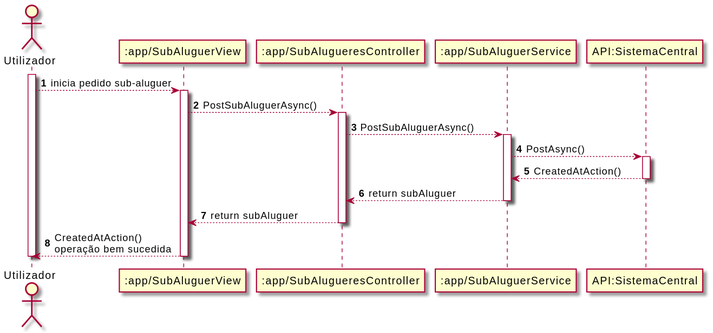
Before: Documentos/Sprint4/UC5/UC5_SD.svg, a diagram exported from PlantUML (UPskillDOTNET/Jakim-das-Coives-S.A.).
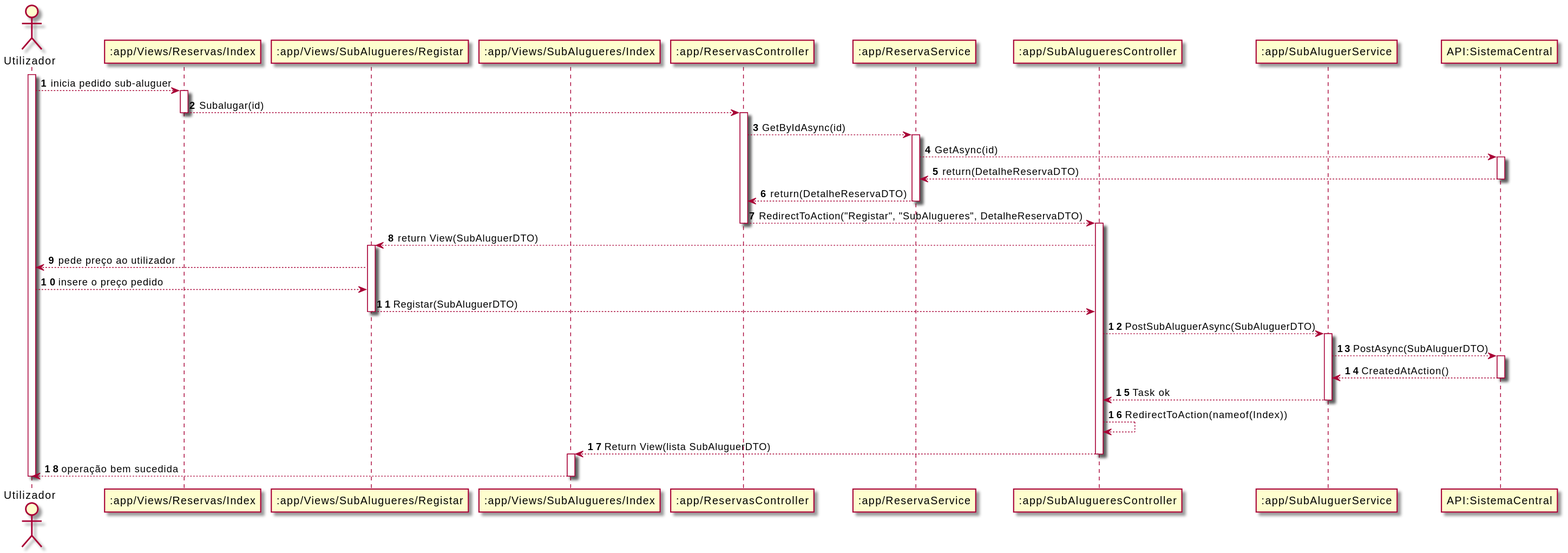
The same diagram one commit later.

Change to the diagram source:
```diff
@@ -1,34 +1,68 @@
 @startuml
 autonumber
 actor "Utilizador" as U
-participant ":app/SubAluguerView" as SV
+participant ":app/Views/Reservas/Index" as RIV
+participant ":app/Views/SubAlugueres/Registar" as SRV
+participant ":app/Views/SubAlugueres/Index" as SIV
+participant ":app/ReservasController" as RC
+participant ":app/ReservaService" as RS
 participant ":app/SubAlugueresController" as SC
 participant ":app/SubAluguerService" as SS
 participant "API:SistemaCentral" as API
 
 activate U
-U --> SV : inicia pedido sub-aluguer
-activate SV
+U --> RIV : inicia pedido sub-aluguer
+activate RIV
 
-SV --> SC : PostSubAluguerAsync()
+RIV --> RC : Subalugar(id)
+deactivate RIV
+activate RC
+
+RC --> RS : GetByIdAsync(id)
+activate RS
+
+RS --> API : GetAsync(id)
+activate API
+
+API --> RS : return(DetalheReservaDTO)
+deactivate API
+
+RS --> RC : return(DetalheReservaDTO)
+deactivate RS
+
+RC --> SC : RedirectToAction("Registar", "SubAlugueres", DetalheReservaDTO)
+deactivate RC
 activate SC
 
-SC --> SS : PostSubAluguerAsync()
+SC --> SRV: return View(SubAluguerDTO)
+activate SRV
+
+SRV --> U: pede preço ao utilizador
+
+U --> SRV: insere o preço pedido
+
+SRV --> SC: Registar(SubAluguerDTO)
+deactivate SRV
+
+SC --> SS: PostSubAluguerAsync(SubAluguerDTO)
 activate SS
 
-SS --> API : PostAsync()
+SS --> API : PostAsync(SubAluguerDTO)
 activate API
 
 API --> SS : CreatedAtAction()
 deactivate API
 
-SS --> SC : return subAluguer
+SS --> SC : Task ok
 deactivate SS
 
-SC --> SV : return subAluguer
+SC --> SC : RedirectToAction(nameof(Index))
+
+SC --> SIV : Return View(lista SubAluguerDTO)
 deactivate SC
+activate SIV
 
-SV --> U: CreatedAtAction()\noperação bem sucedida
-deactivate SV
+SIV --> U: operação bem sucedida
+deactivate SIV
 deactivate U
 @enduml
```
